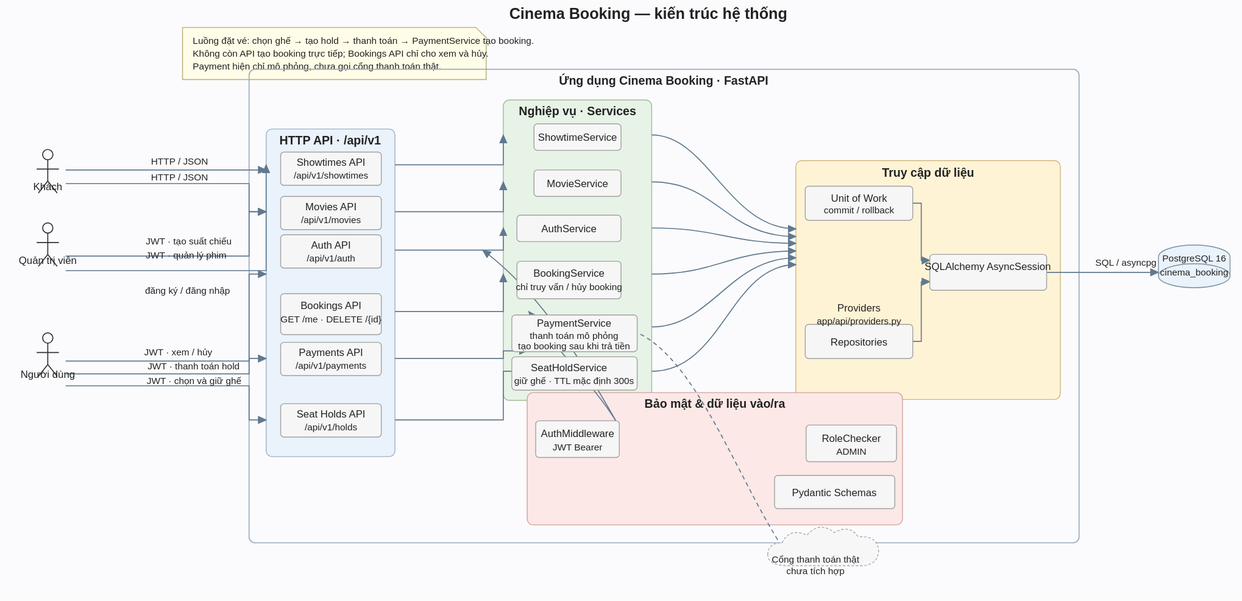
Above: docs/images/architecture.svg in tuanduy010806/Cinema-Booking (PlantUML), before the change. Its source is kept beside it as docs/diagrams/architecture.puml.
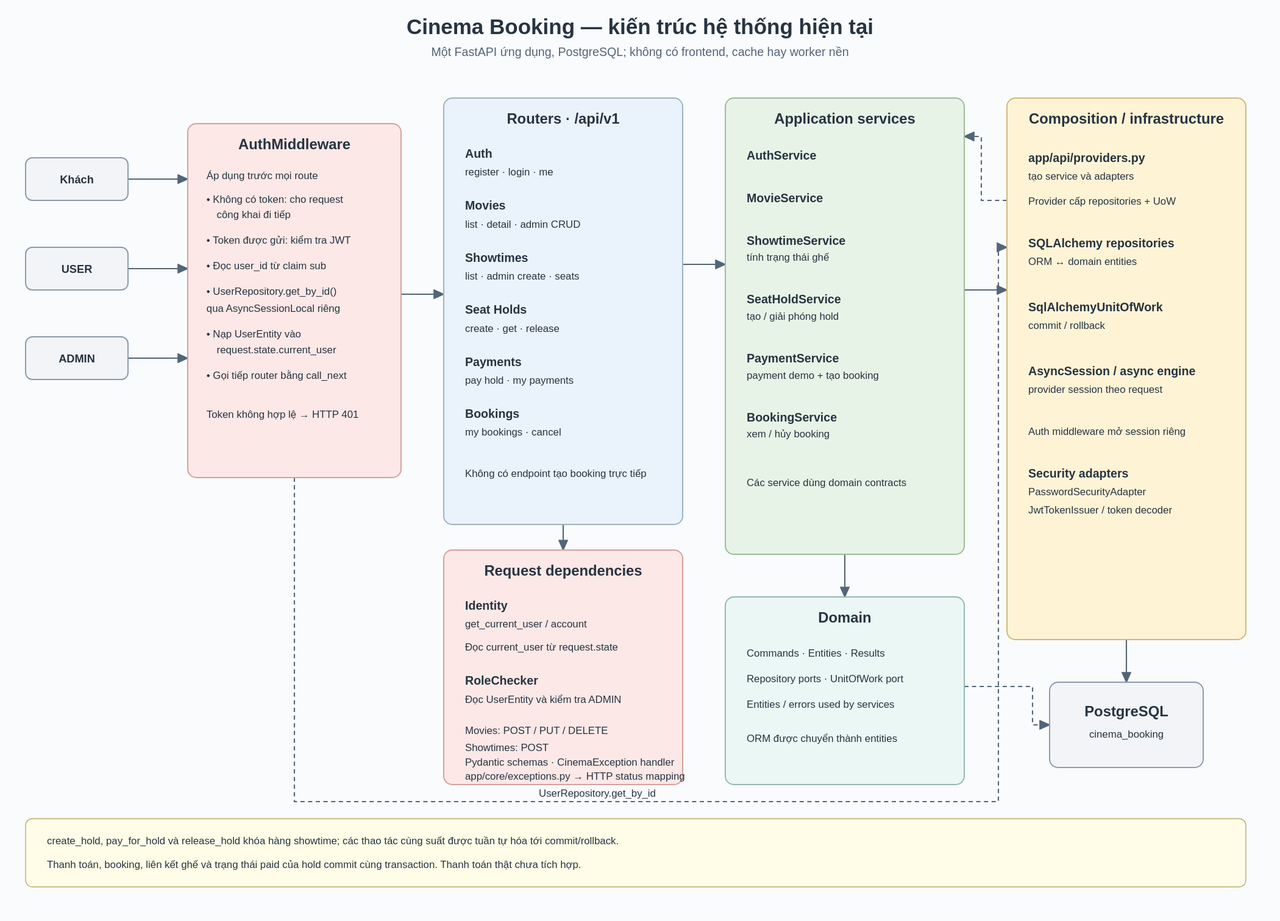
Later version of the same file.

Commit message:
Align diagrams and auth role check with current system

Change to the diagram source:
```diff
@@ -1,5 +1,5 @@
 @startuml
-title Cinema Booking - Kien truc va cac thanh phan hien tai
+title Cinema Booking - Kien truc hien tai
 left to right direction
 skinparam backgroundColor #FAFBFD
 skinparam shadowing false
@@ -9,66 +9,79 @@
 skinparam ArrowColor #526579
 skinparam packageBorderColor #8A9BAD
 
-actor "Khach" as Guest
+actor "Khach (public reads / auth)" as Guest
 actor "Nguoi dung (USER)" as User
 actor "Quan tri vien (ADMIN)" as Admin
 
-rectangle "Cinema Booking API - FastAPI" as API {
-  package "HTTP API /api/v1" #EAF2FB {
+rectangle "FastAPI application" as App {
+  package "Routers /api/v1" #EAF2FB {
     component "Auth API\nregister / login / me" as AuthAPI
-    component "Movies API\nlist / detail / CRUD" as MovieAPI
-    component "Showtimes API\nlist / create / seats" as ShowtimeAPI
+    component "Movies API\nlist / detail / create / update / delete" as MovieAPI
+    component "Showtimes API\nlist / create / seat availability" as ShowtimeAPI
     component "Seat Holds API\ncreate / get / release" as HoldAPI
     component "Payments API\npay hold / my payments" as PaymentAPI
     component "Bookings API\nmy bookings / cancel" as BookingAPI
   }
 
-  package "HTTP boundary" #FCE8E6 {
-    component "AuthMiddleware\nvalidate JWT, reload user" as AuthMiddleware
-    component "Dependencies\ncurrent identity / role checks" as Dependencies
-    component "Pydantic schemas\nrequest / response" as Schemas
-    component "Exception handler\ndomain errors to HTTP" as ErrorHandler
+  package "Request boundary" #FCE8E6 {
+    component "AuthMiddleware\nvalidate supplied JWT\nload UserEntity into request.state" as AuthMiddleware
+    component "request.state.current_user\nUserEntity or None" as RequestUser
+    component "Identity dependencies\nget_current_user / account" as IdentityDeps
+    component "RoleChecker\ncheck ADMIN role" as RoleChecker
+    component "Pydantic request / response schemas" as Schemas
+    component "CinemaException handler\nmap exceptions to HTTP" as ErrorHandler
+    component "app/core/exceptions.py\nCinemaException types" as DomainErrors
   }
 
-  package "Business logic" #E7F3E6 {
-    component "AuthService\npassword + access token" as AuthService
+  package "Application services" #E7F3E6 {
+    component "AuthService" as AuthService
     component "MovieService" as MovieService
-    component "ShowtimeService\nseat availability" as ShowtimeService
-    component "SeatHoldService\nlock showtime, validate seats, expiry" as HoldService
-    component "PaymentService\nsettle demo payment + create bookings" as PaymentService
-    component "BookingService\nlist + cancel" as BookingService
+    component "ShowtimeService\nderive seat availability" as ShowtimeService
+    component "SeatHoldService\ncreate / release hold" as HoldService
+    component "PaymentService\npayment + booking transaction" as PaymentService
+    component "BookingService\nlist / cancel" as BookingService
   }
 
-  package "Composition and persistence" #FFF3D6 {
-    component "app/api/providers.py\nconstruct services + adapters" as Providers
-    component "Repositories\nORM to domain entities" as Repositories
-    component "SqlAlchemyUnitOfWork\ncommit / rollback" as UoW
-    component "AsyncSession\nSQLAlchemy async engine" as Session
+  package "Domain" #EAF7F5 {
+    component "Commands / Entities / Results" as DomainTypes
+    component "Repository ports\napp/domain/ports.py" as RepositoryPorts
+    component "UnitOfWork port\napp/domain/unit_of_work.py" as UoWPort
+  }
+
+package "Composition and infrastructure" #FFF3D6 {
+    component "app/api/providers.py\nconstruct services and adapters" as Providers
+    component "SQLAlchemy repositories\nmap ORM rows to entities" as Repositories
+    component "SqlAlchemyUnitOfWork" as UoW
+    component "AsyncSession / async engine" as Session
+    component "PasswordSecurityAdapter\nJwtTokenIssuer / decode_access_token" as SecurityAdapters
   }
 }
 
 database "PostgreSQL\ncinema_booking" as DB
-cloud "Payment gateway\nnot integrated" as Gateway #F4F4F4
+cloud "External payment provider\nnot integrated" as Gateway #F4F4F4
 
-Guest --> MovieAPI : public read
-Guest --> ShowtimeAPI : public read
-User --> AuthAPI : register / login
-User --> HoldAPI : JWT, hold / release seats
-User --> PaymentAPI : JWT, pay hold
-User --> BookingAPI : JWT, view / cancel own bookings
-Admin --> MovieAPI : JWT, manage movies
-Admin --> ShowtimeAPI : JWT, create showtimes
-
-AuthAPI --> AuthMiddleware
-MovieAPI --> AuthMiddleware
-ShowtimeAPI --> AuthMiddleware
-HoldAPI --> AuthMiddleware
-PaymentAPI --> AuthMiddleware
-BookingAPI --> AuthMiddleware
-AuthMiddleware --> Dependencies
-Dependencies --> Repositories : reload identity / role
-API ..> Schemas : validate and serialize
-API ..> ErrorHandler : map domain errors
+Guest --> AuthMiddleware : public reads / register / login
+User --> AuthMiddleware : authenticated HTTP requests
+Admin --> AuthMiddleware : authenticated HTTP requests
+AuthMiddleware --> AuthAPI : call_next
+AuthMiddleware --> MovieAPI : call_next
+AuthMiddleware --> ShowtimeAPI : call_next
+AuthMiddleware --> HoldAPI : call_next
+AuthMiddleware --> PaymentAPI : call_next
+AuthMiddleware --> BookingAPI : call_next
+AuthMiddleware --> Repositories : valid JWT -> UserRepository.get_by_id
+AuthMiddleware --> RequestUser : set loaded UserEntity
+IdentityDeps --> RequestUser : read identity
+RoleChecker --> RequestUser : read identity and check role
+AuthAPI ..> IdentityDeps : GET /me only
+MovieAPI ..> RoleChecker : POST / PUT / DELETE
+ShowtimeAPI ..> RoleChecker : POST only
+HoldAPI ..> IdentityDeps
+PaymentAPI ..> IdentityDeps
+BookingAPI ..> IdentityDeps
+App ..> Schemas : validate / serialize
+App ..> ErrorHandler : handle domain exceptions
+ErrorHandler ..> DomainErrors
 
 AuthAPI --> AuthService
 MovieAPI --> MovieService
@@ -76,29 +89,64 @@
 HoldAPI --> HoldService
 PaymentAPI --> PaymentService
 BookingAPI --> BookingService
+
 Providers ..> AuthService
 Providers ..> MovieService
 Providers ..> ShowtimeService
 Providers ..> HoldService
 Providers ..> PaymentService
 Providers ..> BookingService
-AuthService --> Repositories
-MovieService --> Repositories
-ShowtimeService --> Repositories
-HoldService --> Repositories
-PaymentService --> Repositories
-BookingService --> Repositories
+AuthAPI ..> Providers : Depends(get_auth_service)
+MovieAPI ..> Providers : Depends(get_movie_service)
+ShowtimeAPI ..> Providers : Depends(get_showtime_service)
+HoldAPI ..> Providers : Depends(get_seat_hold_service)
+PaymentAPI ..> Providers : Depends(get_payment_service)
+BookingAPI ..> Providers : Depends(get_booking_service)
+Providers ..> Repositories : build adapters
+Providers ..> UoW : build transaction boundary
+Providers ..> SecurityAdapters : inject auth adapters
+
+AuthService ..> DomainTypes
+MovieService ..> DomainTypes
+ShowtimeService ..> DomainTypes
+HoldService ..> DomainTypes
+PaymentService ..> DomainTypes
+BookingService ..> DomainTypes
+AuthService ..> RepositoryPorts
+MovieService ..> RepositoryPorts
+ShowtimeService ..> RepositoryPorts
+HoldService ..> RepositoryPorts
+PaymentService ..> RepositoryPorts
+BookingService ..> RepositoryPorts
+AuthService ..> DomainErrors
+MovieService ..> DomainErrors
+ShowtimeService ..> DomainErrors
+HoldService ..> DomainErrors
+PaymentService ..> DomainErrors
+BookingService ..> DomainErrors
+AuthService --> SecurityAdapters
+AuthMiddleware --> SecurityAdapters : decode_access_token
+
+AuthService --> UoW
+MovieService --> UoW
+ShowtimeService --> UoW
+HoldService --> UoW
+PaymentService --> UoW
+BookingService --> UoW
+
+Repositories ..|> RepositoryPorts
+UoW ..|> UoWPort
 Repositories --> Session
 UoW --> Session
+AuthMiddleware --> Session : separate AsyncSessionLocal lookup
 Session --> DB : SQL / asyncpg
-PaymentService ..> Gateway : not connected
+PaymentService ..> Gateway : no integration
 
-note bottom of API
-  Hold creation and payment lock the showtime row to serialize
-  conflicting operations for the same showtime.
-  Payment, bookings, seat-to-booking links, and paid hold status
-  are committed in one transaction. Payment is simulated.
-  There is no direct booking-creation endpoint.
-  No frontend, cache, or background worker is part of this application.
+note bottom of App
+  create_hold, pay_for_hold and release_hold lock the showtime row.
+  This serializes those operations for the same showtime until commit/rollback.
+  Payment, bookings, seat-to-booking links and paid hold status commit atomically.
+  Bookings are created by PaymentService; there is no booking-create endpoint.
+  No frontend, cache or background worker is included.
 end note
 @enduml
```
